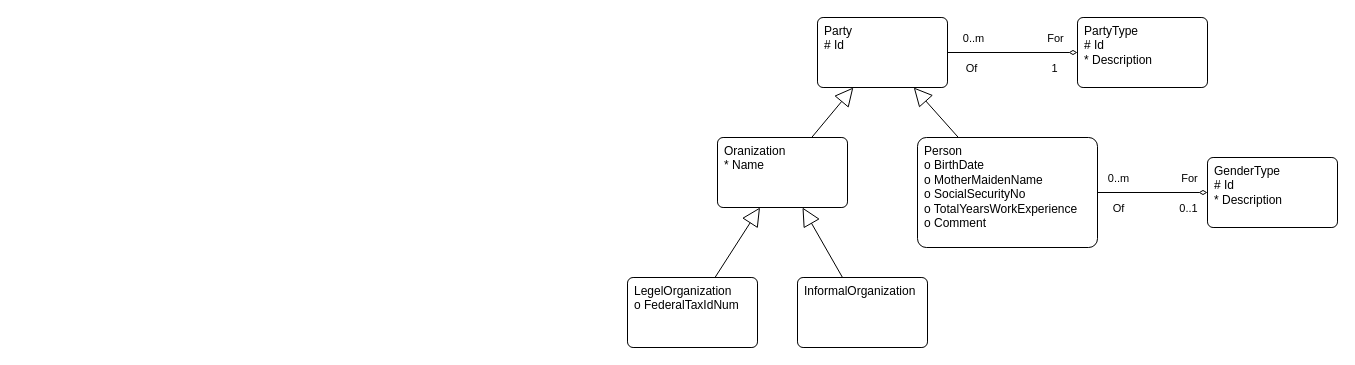
chavp/DataModeling keeps this draw.io diagram as docs/draw/Parties.drawio. Above is the earlier version. Source tidied: cells renumbered, new cells numbered last; positions are measured from the earlier drawing's top-left corner, leaving out a move shared by most shapes. Both pictures are drawn from the tidied source at 100%, with x=0, y=0 at pixel (627, 17).
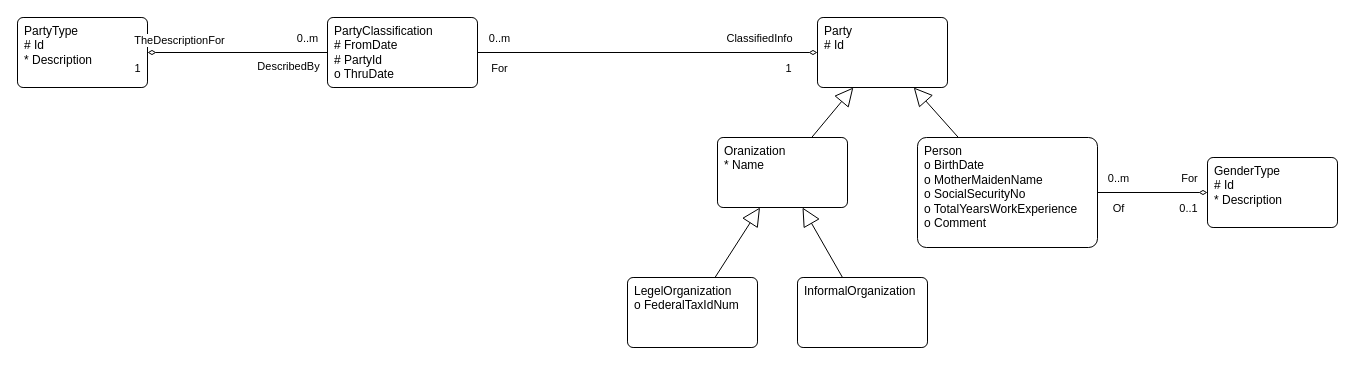
After the change.

Unchanged cells that the change refers to:
```xml
<mxCell id="2" value="&lt;div&gt;&lt;span style=&quot;background-color: transparent; color: light-dark(rgb(0, 0, 0), rgb(255, 255, 255));&quot;&gt;Party&lt;/span&gt;&lt;/div&gt;&lt;div&gt;&lt;div&gt;# Id&lt;/div&gt;&lt;/div&gt;&lt;div&gt;&lt;span style=&quot;background-color: transparent; color: light-dark(rgb(0, 0, 0), rgb(255, 255, 255));&quot;&gt;&lt;br&gt;&lt;/span&gt;&lt;/div&gt;" style="rounded=1;whiteSpace=wrap;html=1;verticalAlign=top;align=left;spacingTop=0;spacingLeft=5;arcSize=8;" parent="1" vertex="1">
  <mxGeometry x="190" width="130" height="70" as="geometry" />
</mxCell>
```

Diff of the diagram source:
```diff
@@
+    <mxCell id="23" value="&lt;div&gt;&lt;span style=&quot;background-color: transparent; color: light-dark(rgb(0, 0, 0), rgb(255, 255, 255));&quot;&gt;PartyClassification&lt;/span&gt;&lt;/div&gt;&lt;div&gt;&lt;div&gt;# FromDate&lt;/div&gt;&lt;/div&gt;&lt;div&gt;# PartyId&lt;/div&gt;&lt;div&gt;o ThruDate&lt;/div&gt;&lt;div&gt;&lt;span style=&quot;background-color: transparent; color: light-dark(rgb(0, 0, 0), rgb(255, 255, 255));&quot;&gt;&lt;br&gt;&lt;/span&gt;&lt;/div&gt;" style="rounded=1;whiteSpace=wrap;html=1;verticalAlign=top;align=left;spacingTop=0;spacingLeft=5;arcSize=8;" parent="1" vertex="1">
+      <mxGeometry x="-300" width="150" height="70" as="geometry" />
+    </mxCell>
     <mxCell id="17" value="&lt;div&gt;&lt;span style=&quot;background-color: transparent; color: light-dark(rgb(0, 0, 0), rgb(255, 255, 255));&quot;&gt;PartyType&lt;/span&gt;&lt;/div&gt;&lt;div&gt;&lt;div&gt;# Id&lt;/div&gt;&lt;/div&gt;&lt;div&gt;* Description&lt;/div&gt;&lt;div&gt;&lt;span style=&quot;background-color: transparent; color: light-dark(rgb(0, 0, 0), rgb(255, 255, 255));&quot;&gt;&lt;br&gt;&lt;/span&gt;&lt;/div&gt;" style="rounded=1;whiteSpace=wrap;html=1;verticalAlign=top;align=left;spacingTop=0;spacingLeft=5;arcSize=8;" parent="1" vertex="1">
-      <mxGeometry x="450" width="130" height="70" as="geometry" />
+      <mxGeometry x="-610" width="130" height="70" as="geometry" />
     </mxCell>
-    <mxCell id="18" style="edgeStyle=orthogonalEdgeStyle;rounded=0;jettySize=auto;html=1;startArrow=none;startFill=0;endArrow=diamondThin;endFill=0;" parent="1" edge="1" source="2" target="17">
-      <mxGeometry relative="1" as="geometry" />
-    </mxCell>
-    <mxCell id="19" value="0..m" style="edgeLabel;html=1;align=center;verticalAlign=middle;" parent="18" vertex="1">
-      <mxGeometry x="-0.46" relative="1" as="geometry">
-        <mxPoint x="-10" y="-15" as="offset" />
-      </mxGeometry>
-    </mxCell>
-    <mxCell id="20" value="1" style="edgeLabel;html=1;align=center;verticalAlign=middle;" parent="18" vertex="1">
-      <mxGeometry x="0.63" relative="1" as="geometry">
-        <mxPoint y="15" as="offset" />
-      </mxGeometry>
-    </mxCell>
-    <mxCell id="21" value="Of" style="edgeLabel;html=1;align=center;verticalAlign=middle;" parent="18" vertex="1">
-      <mxGeometry x="-0.64" y="-1" relative="1" as="geometry">
-        <mxPoint y="14" as="offset" />
-      </mxGeometry>
-    </mxCell>
+    <mxCell id="24" style="edgeStyle=orthogonalEdgeStyle;rounded=0;jettySize=auto;html=1;startArrow=none;startFill=0;endArrow=diamondThin;endFill=0;" parent="1" edge="1" source="23" target="2">
+      <mxGeometry relative="1" as="geometry" />
+    </mxCell>
+    <mxCell id="25" value="0..m" style="edgeLabel;html=1;align=center;verticalAlign=middle;" parent="24" vertex="1">
+      <mxGeometry x="-0.46" relative="1" as="geometry">
+        <mxPoint x="-71" y="-15" as="offset" />
+      </mxGeometry>
+    </mxCell>
+    <mxCell id="26" value="1" style="edgeLabel;html=1;align=center;verticalAlign=middle;" parent="24" vertex="1">
+      <mxGeometry x="0.63" relative="1" as="geometry">
+        <mxPoint x="33" y="15" as="offset" />
+      </mxGeometry>
+    </mxCell>
-    <mxCell id="22" value="For" style="edgeLabel;html=1;align=center;verticalAlign=middle;" parent="18" vertex="1">
-      <mxGeometry x="0.65" y="1" relative="1" as="geometry">
-        <mxPoint y="-14" as="offset" />
+    <mxCell id="22" value="For" style="edgeLabel;html=1;align=center;verticalAlign=middle;rotation=0;" parent="24" vertex="1">
+      <mxGeometry x="-0.64" y="-1" relative="1" as="geometry">
+        <mxPoint x="-40" y="14" as="offset" />
       </mxGeometry>
     </mxCell>
+    <mxCell id="27" value="ClassifiedInfo" style="edgeLabel;html=1;align=center;verticalAlign=middle;" parent="24" vertex="1">
+      <mxGeometry x="0.65" y="1" relative="1" as="geometry">
+        <mxPoint y="-14" as="offset" />
+      </mxGeometry>
+    </mxCell>
+    <mxCell id="28" style="edgeStyle=orthogonalEdgeStyle;rounded=0;jettySize=auto;html=1;startArrow=none;startFill=0;endArrow=diamondThin;endFill=0;" parent="1" edge="1" source="23" target="17">
+      <mxGeometry relative="1" as="geometry" />
+    </mxCell>
+    <mxCell id="29" value="0..m" style="edgeLabel;html=1;align=center;verticalAlign=middle;" parent="28" vertex="1">
+      <mxGeometry x="-0.46" relative="1" as="geometry">
+        <mxPoint x="28" y="-15" as="offset" />
+      </mxGeometry>
+    </mxCell>
+    <mxCell id="30" value="1" style="edgeLabel;html=1;align=center;verticalAlign=middle;" parent="28" vertex="1">
+      <mxGeometry x="0.63" relative="1" as="geometry">
+        <mxPoint x="-44" y="15" as="offset" />
+      </mxGeometry>
+    </mxCell>
+    <mxCell id="31" value="DescribedBy" style="edgeLabel;html=1;align=center;verticalAlign=middle;" parent="28" vertex="1">
+      <mxGeometry x="-0.64" y="-1" relative="1" as="geometry">
+        <mxPoint x="-8" y="14" as="offset" />
+      </mxGeometry>
+    </mxCell>
+    <mxCell id="32" value="TheDescriptionFor" style="edgeLabel;html=1;align=center;verticalAlign=middle;" parent="28" vertex="1">
+      <mxGeometry x="0.65" y="1" relative="1" as="geometry">
+        <mxPoint y="-14" as="offset" />
+      </mxGeometry>
+    </mxCell>
```
